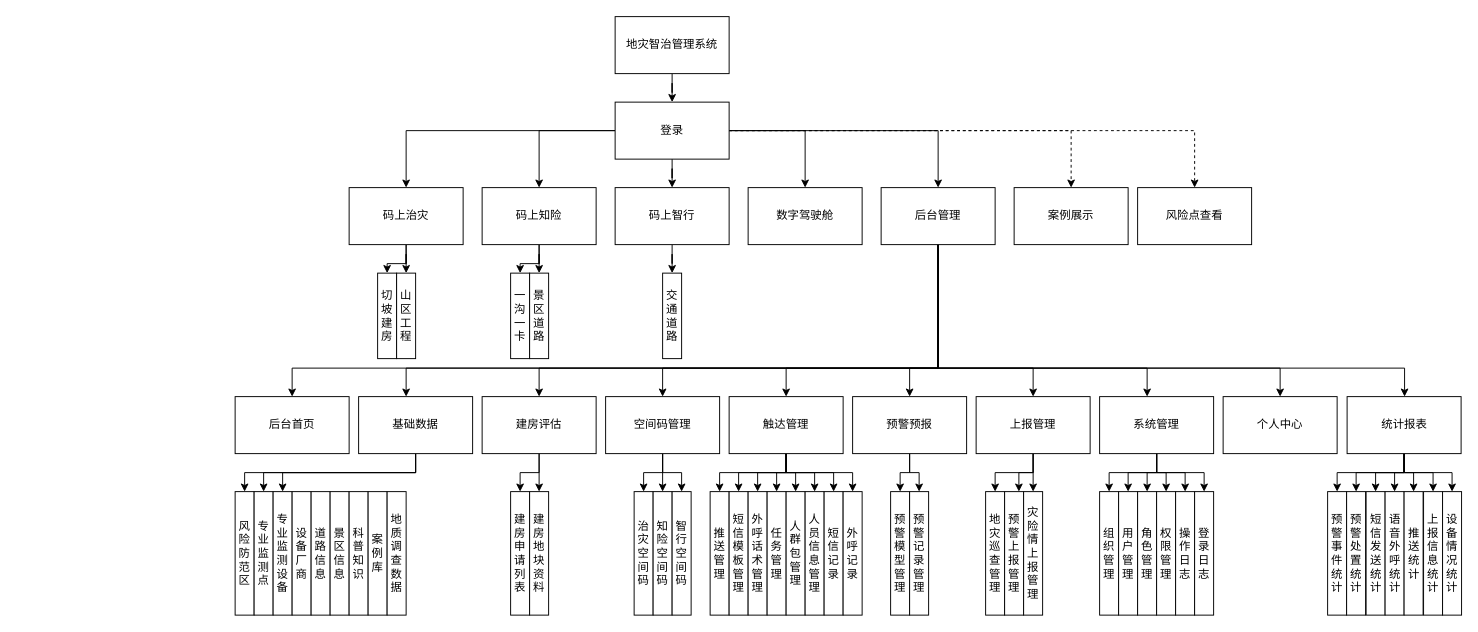
Above: 柯城地灾模块结构.drawio in shoacom/docs (draw.io), before the change. Source tidied: cells renumbered, new cells numbered last; positions are measured from the earlier drawing's top-left corner, leaving out a move shared by most shapes. Both pictures are drawn from the tidied source at 95%, with x=0, y=0 at pixel (235, 16).
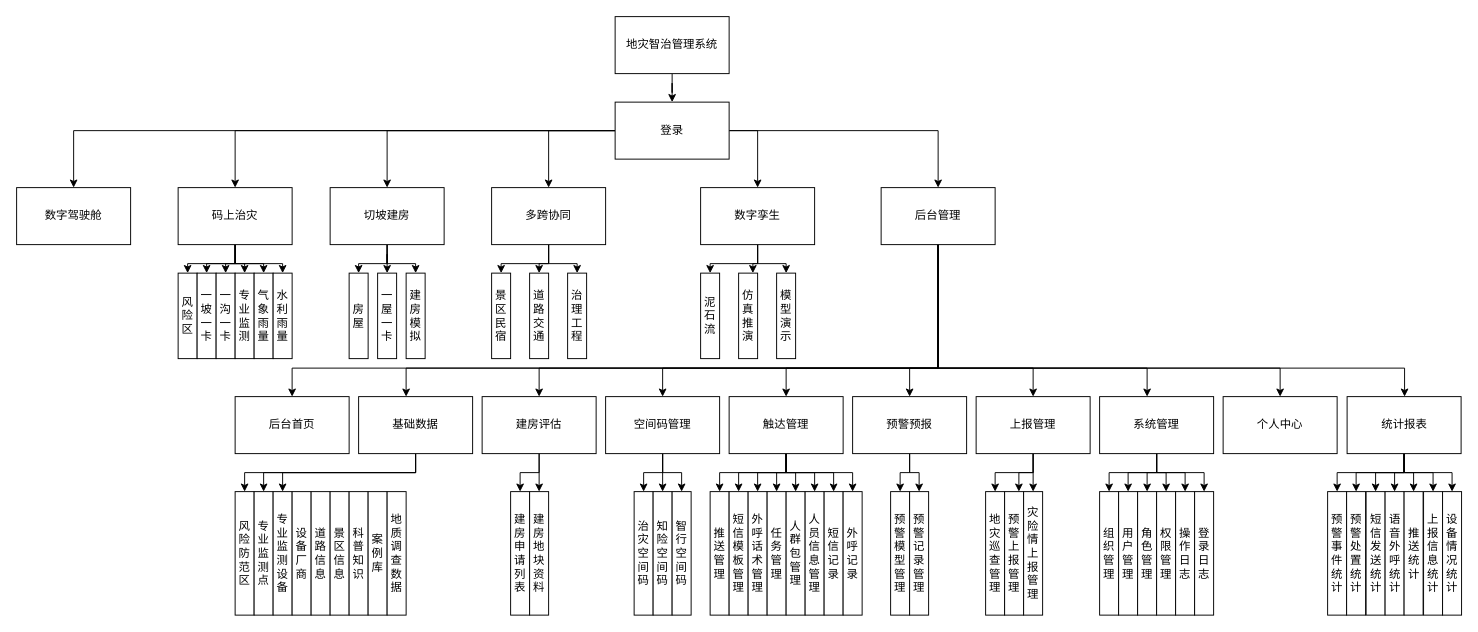
Above is the later version.

Commit message:
Update 柯城地灾模块结构.drawio

Unchanged cells that the change refers to:
```xml
<mxCell id="11" value="登录" style="whiteSpace=wrap;html=1;rounded=0;fillColor=default;strokeColor=default;fontColor=default;" parent="1" vertex="1">
  <mxGeometry x="400" y="90" width="120" height="60" as="geometry" />
</mxCell>
```

The edit, as a diff of the source:
```diff
@@
-    <mxCell id="9" style="edgeStyle=orthogonalEdgeStyle;rounded=0;jettySize=auto;html=1;fontColor=default;dashed=1;strokeColor=default;labelBackgroundColor=default;" parent="1" edge="1" source="11" target="32">
-      <mxGeometry relative="1" as="geometry" />
-    </mxCell>
-    <mxCell id="10" style="edgeStyle=orthogonalEdgeStyle;rounded=0;jettySize=auto;html=1;dashed=1;labelBackgroundColor=default;fontColor=default;strokeColor=default;" parent="1" edge="1" source="11" target="33">
-      <mxGeometry relative="1" as="geometry" />
-    </mxCell>
+    <mxCell id="123" style="edgeStyle=orthogonalEdgeStyle;rounded=0;jettySize=auto;html=1;entryX=0.5;entryY=0;entryDx=0;entryDy=0;" parent="1" edge="1" target="143">
+      <mxGeometry relative="1" as="geometry">
+        <mxPoint x="520" y="120" as="sourcePoint" />
+        <Array as="points">
+          <mxPoint x="550" y="120" />
+        </Array>
+      </mxGeometry>
+    </mxCell>
@@
+    <mxCell id="124" style="edgeStyle=orthogonalEdgeStyle;rounded=0;jettySize=auto;html=1;" parent="1" edge="1" source="14" target="132">
+      <mxGeometry relative="1" as="geometry" />
+    </mxCell>
+    <mxCell id="125" style="edgeStyle=orthogonalEdgeStyle;rounded=0;jettySize=auto;html=1;" parent="1" edge="1" source="14" target="133">
+      <mxGeometry relative="1" as="geometry" />
+    </mxCell>
+    <mxCell id="126" style="edgeStyle=orthogonalEdgeStyle;rounded=0;jettySize=auto;html=1;" parent="1" edge="1" source="14" target="134">
+      <mxGeometry relative="1" as="geometry" />
+    </mxCell>
+    <mxCell id="127" style="edgeStyle=orthogonalEdgeStyle;rounded=0;jettySize=auto;html=1;entryX=0.5;entryY=0;entryDx=0;entryDy=0;" parent="1" edge="1" source="14" target="135">
+      <mxGeometry relative="1" as="geometry" />
+    </mxCell>
     <mxCell id="14" value="码上治灾" style="whiteSpace=wrap;html=1;rounded=0;fillColor=default;strokeColor=default;fontColor=default;" parent="1" vertex="1">
-      <mxGeometry x="120" y="180" width="120" height="60" as="geometry" />
+      <mxGeometry x="-60" y="180" width="120" height="60" as="geometry" />
     </mxCell>
@@
+    <mxCell id="128" style="edgeStyle=orthogonalEdgeStyle;rounded=0;jettySize=auto;html=1;" parent="1" edge="1" source="17" target="136">
+      <mxGeometry relative="1" as="geometry" />
+    </mxCell>
-    <mxCell id="17" value="码上知险" style="whiteSpace=wrap;html=1;rounded=0;fillColor=default;strokeColor=default;fontColor=default;" parent="1" vertex="1">
-      <mxGeometry x="260" y="180" width="120" height="60" as="geometry" />
+    <mxCell id="17" value="切坡建房" style="whiteSpace=wrap;html=1;rounded=0;fillColor=default;strokeColor=default;fontColor=default;" parent="1" vertex="1">
+      <mxGeometry x="100" y="180" width="120" height="60" as="geometry" />
     </mxCell>
-    <mxCell id="18" style="edgeStyle=orthogonalEdgeStyle;rounded=0;jettySize=auto;html=1;labelBackgroundColor=default;fontColor=default;strokeColor=default;" parent="1" edge="1" source="19" target="38">
-      <mxGeometry relative="1" as="geometry" />
-    </mxCell>
+    <mxCell id="129" style="edgeStyle=orthogonalEdgeStyle;rounded=0;jettySize=auto;html=1;entryX=0.5;entryY=0;entryDx=0;entryDy=0;" parent="1" edge="1" source="19" target="137">
+      <mxGeometry relative="1" as="geometry" />
+    </mxCell>
+    <mxCell id="130" style="edgeStyle=orthogonalEdgeStyle;rounded=0;jettySize=auto;html=1;" parent="1" edge="1" source="19" target="138">
+      <mxGeometry relative="1" as="geometry" />
+    </mxCell>
+    <mxCell id="131" style="edgeStyle=orthogonalEdgeStyle;rounded=0;jettySize=auto;html=1;" parent="1" edge="1" source="19" target="139">
+      <mxGeometry relative="1" as="geometry" />
+    </mxCell>
-    <mxCell id="19" value="码上智行" style="whiteSpace=wrap;html=1;rounded=0;fillColor=default;strokeColor=default;fontColor=default;" parent="1" vertex="1">
-      <mxGeometry x="400" y="180" width="120" height="60" as="geometry" />
+    <mxCell id="19" value="多跨协同" style="whiteSpace=wrap;html=1;rounded=0;fillColor=default;strokeColor=default;fontColor=default;" parent="1" vertex="1">
+      <mxGeometry x="270" y="180" width="120" height="60" as="geometry" />
     </mxCell>
     <mxCell id="20" value="数字驾驶舱" style="whiteSpace=wrap;html=1;rounded=0;fillColor=default;strokeColor=default;fontColor=default;" parent="1" vertex="1">
-      <mxGeometry x="540" y="180" width="120" height="60" as="geometry" />
+      <mxGeometry x="-230" y="180" width="120" height="60" as="geometry" />
     </mxCell>
@@
-    <mxCell id="32" value="案例展示" style="whiteSpace=wrap;html=1;rounded=0;fillColor=default;strokeColor=default;fontColor=default;" parent="1" vertex="1">
-      <mxGeometry x="820" y="180" width="120" height="60" as="geometry" />
-    </mxCell>
-    <mxCell id="33" value="风险点查看" style="whiteSpace=wrap;html=1;rounded=0;fillColor=default;strokeColor=default;fontColor=default;" parent="1" vertex="1">
-      <mxGeometry x="950" y="180" width="120" height="60" as="geometry" />
-    </mxCell>
-    <mxCell id="34" value="切坡建房" style="whiteSpace=wrap;html=1;rounded=0;fillColor=default;strokeColor=default;fontColor=default;" parent="1" vertex="1">
-      <mxGeometry x="150" y="270" width="20" height="90" as="geometry" />
+    <mxCell id="34" value="风险区" style="whiteSpace=wrap;html=1;rounded=0;fillColor=default;strokeColor=default;fontColor=default;" parent="1" vertex="1">
+      <mxGeometry x="-60" y="270" width="20" height="90" as="geometry" />
     </mxCell>
-    <mxCell id="35" value="山区工程" style="whiteSpace=wrap;html=1;rounded=0;fillColor=default;strokeColor=default;fontColor=default;" parent="1" vertex="1">
-      <mxGeometry x="170" y="270" width="20" height="90" as="geometry" />
+    <mxCell id="35" value="一坡一卡" style="whiteSpace=wrap;html=1;rounded=0;fillColor=default;strokeColor=default;fontColor=default;" parent="1" vertex="1">
+      <mxGeometry x="-40" y="270" width="20" height="90" as="geometry" />
     </mxCell>
-    <mxCell id="36" value="一沟一卡" style="whiteSpace=wrap;html=1;rounded=0;fillColor=default;strokeColor=default;fontColor=default;" parent="1" vertex="1">
-      <mxGeometry x="290" y="270" width="20" height="90" as="geometry" />
+    <mxCell id="36" value="房屋" style="whiteSpace=wrap;html=1;rounded=0;fillColor=default;strokeColor=default;fontColor=default;" parent="1" vertex="1">
+      <mxGeometry x="120" y="270" width="20" height="90" as="geometry" />
     </mxCell>
-    <mxCell id="37" value="景区道路" style="whiteSpace=wrap;html=1;rounded=0;fillColor=default;strokeColor=default;fontColor=default;" parent="1" vertex="1">
-      <mxGeometry x="310" y="270" width="20" height="90" as="geometry" />
+    <mxCell id="37" value="一屋一卡" style="whiteSpace=wrap;html=1;rounded=0;fillColor=default;strokeColor=default;fontColor=default;" parent="1" vertex="1">
+      <mxGeometry x="150" y="270" width="20" height="90" as="geometry" />
     </mxCell>
-    <mxCell id="38" value="交通道路" style="whiteSpace=wrap;html=1;rounded=0;fillColor=default;strokeColor=default;fontColor=default;" parent="1" vertex="1">
-      <mxGeometry x="450" y="270" width="20" height="90" as="geometry" />
-    </mxCell>
@@
+    <mxCell id="132" value="一沟一卡" style="whiteSpace=wrap;html=1;rounded=0;fillColor=default;strokeColor=default;fontColor=default;" parent="1" vertex="1">
+      <mxGeometry x="-20" y="270" width="20" height="90" as="geometry" />
+    </mxCell>
+    <mxCell id="133" value="专业监测" style="whiteSpace=wrap;html=1;rounded=0;fillColor=default;strokeColor=default;fontColor=default;" parent="1" vertex="1">
+      <mxGeometry y="270" width="20" height="90" as="geometry" />
+    </mxCell>
+    <mxCell id="134" value="气象雨量" style="whiteSpace=wrap;html=1;rounded=0;fillColor=default;strokeColor=default;fontColor=default;" parent="1" vertex="1">
+      <mxGeometry x="20" y="270" width="20" height="90" as="geometry" />
+    </mxCell>
+    <mxCell id="135" value="水利雨量" style="whiteSpace=wrap;html=1;rounded=0;fillColor=default;strokeColor=default;fontColor=default;" parent="1" vertex="1">
+      <mxGeometry x="40" y="270" width="20" height="90" as="geometry" />
+    </mxCell>
+    <mxCell id="136" value="建房模拟" style="whiteSpace=wrap;html=1;rounded=0;fillColor=default;strokeColor=default;fontColor=default;" parent="1" vertex="1">
+      <mxGeometry x="180" y="270" width="20" height="90" as="geometry" />
+    </mxCell>
+    <mxCell id="137" value="景区民宿" style="whiteSpace=wrap;html=1;rounded=0;fillColor=default;strokeColor=default;fontColor=default;" parent="1" vertex="1">
+      <mxGeometry x="270" y="270" width="20" height="90" as="geometry" />
+    </mxCell>
+    <mxCell id="138" value="道路交通" style="whiteSpace=wrap;html=1;rounded=0;fillColor=default;strokeColor=default;fontColor=default;" parent="1" vertex="1">
+      <mxGeometry x="310" y="270" width="20" height="90" as="geometry" />
+    </mxCell>
+    <mxCell id="139" value="治理工程" style="whiteSpace=wrap;html=1;rounded=0;fillColor=default;strokeColor=default;fontColor=default;" parent="1" vertex="1">
+      <mxGeometry x="350" y="270" width="20" height="90" as="geometry" />
+    </mxCell>
+    <mxCell id="140" style="edgeStyle=orthogonalEdgeStyle;rounded=0;jettySize=auto;html=1;" parent="1" edge="1" source="143" target="144">
+      <mxGeometry relative="1" as="geometry" />
+    </mxCell>
+    <mxCell id="141" style="edgeStyle=orthogonalEdgeStyle;rounded=0;jettySize=auto;html=1;entryX=0.75;entryY=0;entryDx=0;entryDy=0;" parent="1" edge="1" source="143" target="145">
+      <mxGeometry relative="1" as="geometry" />
+    </mxCell>
+    <mxCell id="142" style="edgeStyle=orthogonalEdgeStyle;rounded=0;jettySize=auto;html=1;" parent="1" edge="1" source="143" target="146">
+      <mxGeometry relative="1" as="geometry" />
+    </mxCell>
+    <mxCell id="143" value="数字孪生" style="whiteSpace=wrap;html=1;rounded=0;fillColor=default;strokeColor=default;fontColor=default;" parent="1" vertex="1">
+      <mxGeometry x="490" y="180" width="120" height="60" as="geometry" />
+    </mxCell>
+    <mxCell id="144" value="泥石流" style="whiteSpace=wrap;html=1;rounded=0;fillColor=default;strokeColor=default;fontColor=default;" parent="1" vertex="1">
+      <mxGeometry x="490" y="270" width="20" height="90" as="geometry" />
+    </mxCell>
+    <mxCell id="145" value="仿真推演" style="whiteSpace=wrap;html=1;rounded=0;fillColor=default;strokeColor=default;fontColor=default;" parent="1" vertex="1">
+      <mxGeometry x="530" y="270" width="20" height="90" as="geometry" />
+    </mxCell>
+    <mxCell id="146" value="模型演示" style="whiteSpace=wrap;html=1;rounded=0;fillColor=default;strokeColor=default;fontColor=default;" parent="1" vertex="1">
+      <mxGeometry x="570" y="270" width="20" height="90" as="geometry" />
+    </mxCell>
```
